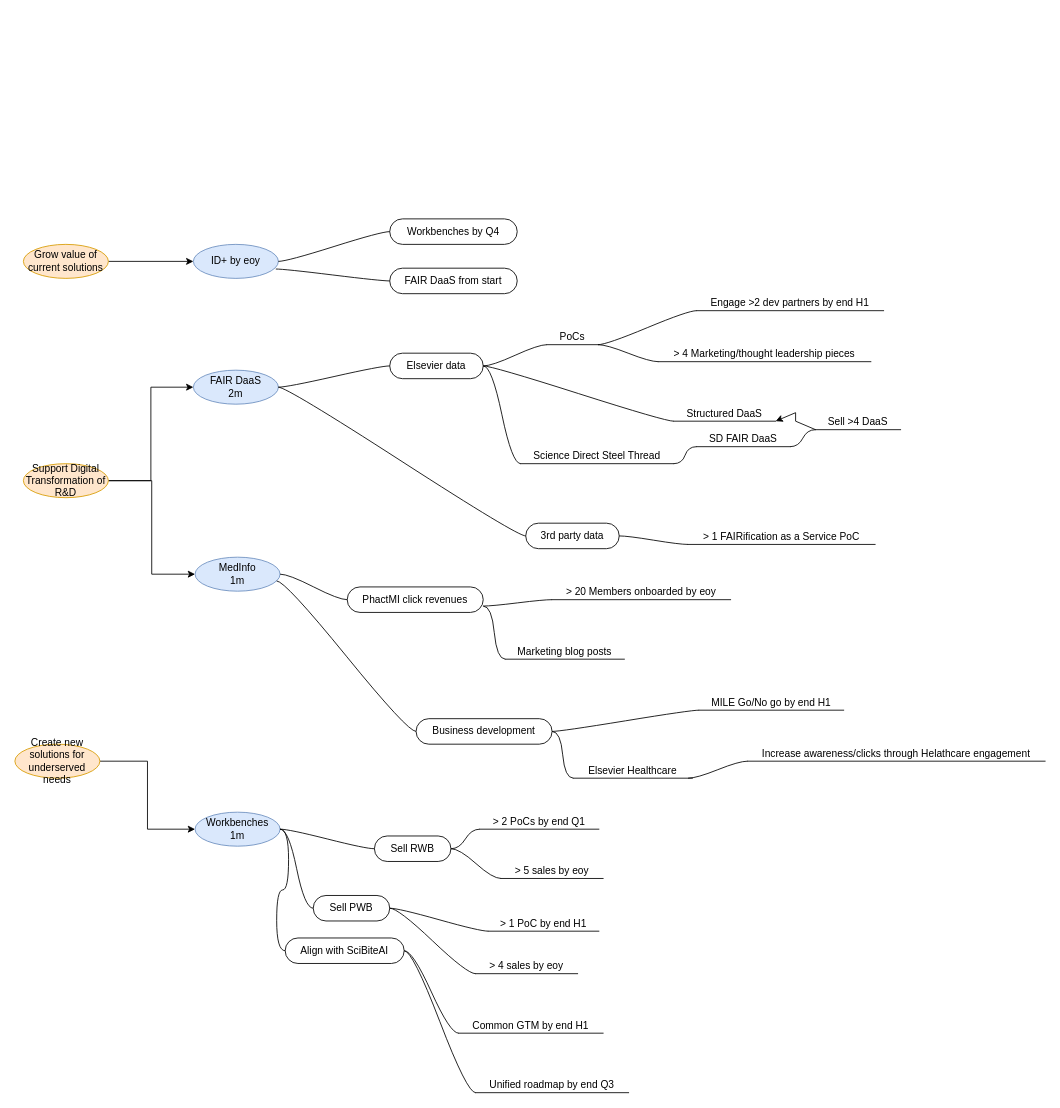
tim-elsevier/demos keeps this draw.io diagram as OKR.drawio. Above is the earlier version. Source tidied: cells renumbered, new cells numbered last; positions are measured from the earlier drawing's top-left corner, leaving out a move shared by most shapes. Both pictures are drawn from the tidied source at 85%, with x=0, y=0 at pixel (14, 218).
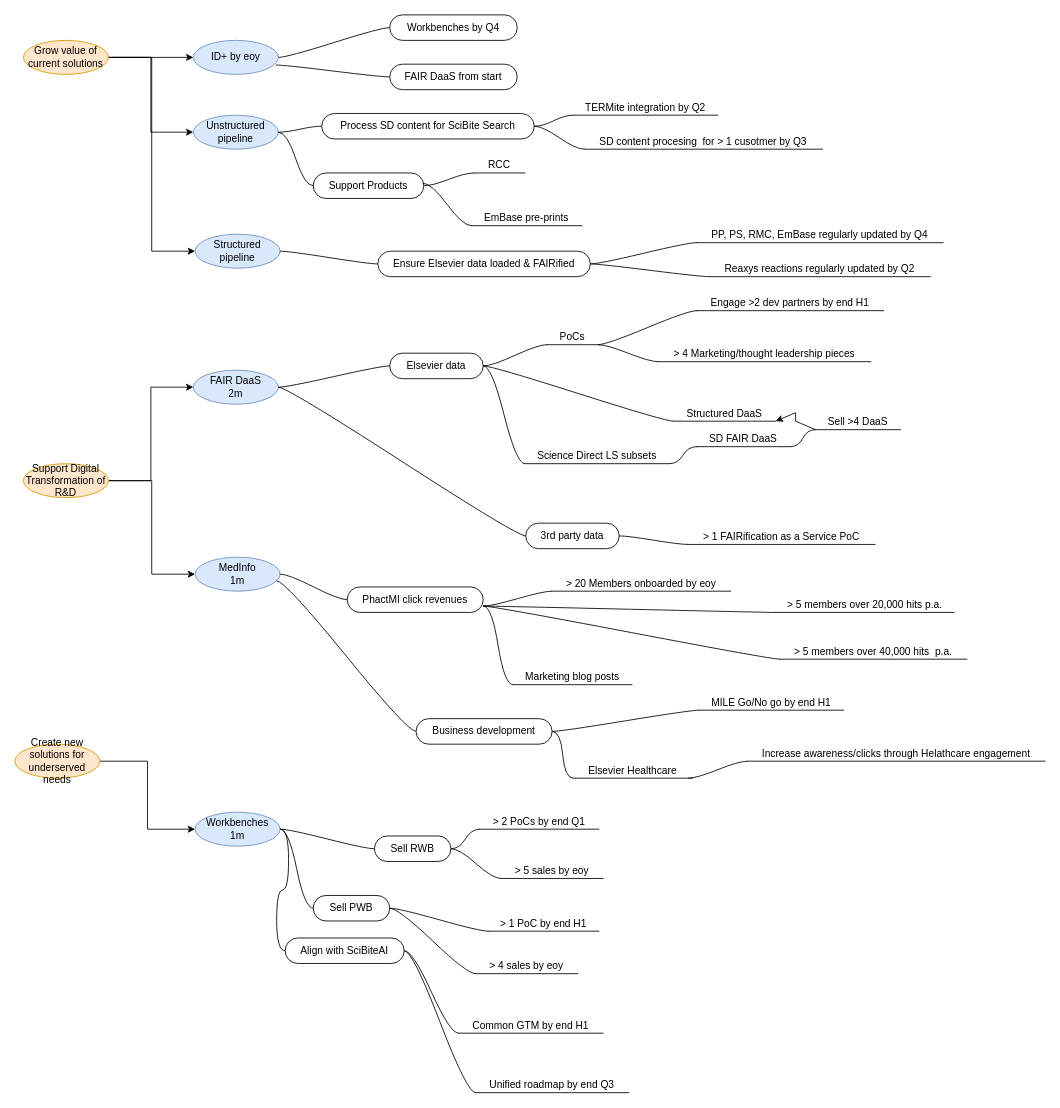
The same page after the edit.

The change refers to these unchanged cells:
```xml
<mxCell id="23" value="PhactMI click revenues" style="whiteSpace=wrap;html=1;rounded=1;arcSize=50;align=center;verticalAlign=middle;strokeWidth=1;spacing=4;newEdgeStyle={&quot;edgeStyle&quot;:&quot;entityRelationEdgeStyle&quot;,&quot;startArrow&quot;:&quot;none&quot;,&quot;endArrow&quot;:&quot;none&quot;,&quot;segment&quot;:10,&quot;curved&quot;:1};" parent="1" vertex="1">
  <mxGeometry x="391" y="433" width="160" height="30" as="geometry" />
</mxCell>
```

Change to the diagram source:
```diff
@@
     <mxCell id="2" value="ID+ by eoy" style="ellipse;whiteSpace=wrap;html=1;align=center;newEdgeStyle={&quot;edgeStyle&quot;:&quot;entityRelationEdgeStyle&quot;,&quot;startArrow&quot;:&quot;none&quot;,&quot;endArrow&quot;:&quot;none&quot;,&quot;segment&quot;:10,&quot;curved&quot;:1};fillColor=#dae8fc;strokeColor=#6c8ebf;" parent="1" vertex="1">
-      <mxGeometry x="210" y="30" width="100" height="40" as="geometry" />
+      <mxGeometry x="210" y="-210" width="100" height="40" as="geometry" />
     </mxCell>
@@
     <mxCell id="7" value="Workbenches by Q4" style="whiteSpace=wrap;html=1;rounded=1;arcSize=50;align=center;verticalAlign=middle;strokeWidth=1;spacing=4;newEdgeStyle={&quot;edgeStyle&quot;:&quot;entityRelationEdgeStyle&quot;,&quot;startArrow&quot;:&quot;none&quot;,&quot;endArrow&quot;:&quot;none&quot;,&quot;segment&quot;:10,&quot;curved&quot;:1};" parent="1" vertex="1">
-      <mxGeometry x="441" width="150" height="30" as="geometry" />
+      <mxGeometry x="441" y="-240" width="150" height="30" as="geometry" />
     </mxCell>
     <mxCell id="8" style="edgeStyle=entityRelationEdgeStyle;startArrow=none;endArrow=none;segment=10;curved=1;" parent="1" edge="1" target="7">
       <mxGeometry relative="1" as="geometry">
-        <mxPoint x="310" y="50" as="sourcePoint" />
+        <mxPoint x="310" y="-190" as="sourcePoint" />
       </mxGeometry>
     </mxCell>
     <mxCell id="9" value="FAIR DaaS from start" style="whiteSpace=wrap;html=1;rounded=1;arcSize=50;align=center;verticalAlign=middle;strokeWidth=1;spacing=4;newEdgeStyle={&quot;edgeStyle&quot;:&quot;entityRelationEdgeStyle&quot;,&quot;startArrow&quot;:&quot;none&quot;,&quot;endArrow&quot;:&quot;none&quot;,&quot;segment&quot;:10,&quot;curved&quot;:1};" parent="1" vertex="1">
-      <mxGeometry x="441" y="58" width="150" height="30" as="geometry" />
+      <mxGeometry x="441" y="-182" width="150" height="30" as="geometry" />
     </mxCell>
@@
-    <mxCell id="17" value="Science Direct Steel Thread" style="whiteSpace=wrap;html=1;shape=partialRectangle;top=0;left=0;bottom=1;right=0;points=[[0,1],[1,1]];fillColor=none;align=center;verticalAlign=bottom;routingCenterY=0.5;snapToPoint=1;newEdgeStyle={&quot;edgeStyle&quot;:&quot;entityRelationEdgeStyle&quot;,&quot;startArrow&quot;:&quot;none&quot;,&quot;endArrow&quot;:&quot;none&quot;,&quot;segment&quot;:10,&quot;curved&quot;:1};" parent="1" vertex="1">
-      <mxGeometry x="595" y="268" width="180" height="20" as="geometry" />
+    <mxCell id="17" value="Science Direct LS subsets" style="whiteSpace=wrap;html=1;shape=partialRectangle;top=0;left=0;bottom=1;right=0;points=[[0,1],[1,1]];fillColor=none;align=center;verticalAlign=bottom;routingCenterY=0.5;snapToPoint=1;newEdgeStyle={&quot;edgeStyle&quot;:&quot;entityRelationEdgeStyle&quot;,&quot;startArrow&quot;:&quot;none&quot;,&quot;endArrow&quot;:&quot;none&quot;,&quot;segment&quot;:10,&quot;curved&quot;:1};" parent="1" vertex="1">
+      <mxGeometry x="600" y="268" width="170" height="20" as="geometry" />
     </mxCell>
@@
     <mxCell id="27" value="&amp;gt; 20 Members onboarded by eoy" style="whiteSpace=wrap;html=1;shape=partialRectangle;top=0;left=0;bottom=1;right=0;points=[[0,1],[1,1]];fillColor=none;align=center;verticalAlign=bottom;routingCenterY=0.5;snapToPoint=1;newEdgeStyle={&quot;edgeStyle&quot;:&quot;entityRelationEdgeStyle&quot;,&quot;startArrow&quot;:&quot;none&quot;,&quot;endArrow&quot;:&quot;none&quot;,&quot;segment&quot;:10,&quot;curved&quot;:1};" parent="1" vertex="1">
-      <mxGeometry x="632" y="428" width="210" height="20" as="geometry" />
+      <mxGeometry x="632" y="418" width="210" height="20" as="geometry" />
     </mxCell>
@@
     <mxCell id="29" value="Marketing blog posts" style="whiteSpace=wrap;html=1;shape=partialRectangle;top=0;left=0;bottom=1;right=0;points=[[0,1],[1,1]];fillColor=none;align=center;verticalAlign=bottom;routingCenterY=0.5;snapToPoint=1;newEdgeStyle={&quot;edgeStyle&quot;:&quot;entityRelationEdgeStyle&quot;,&quot;startArrow&quot;:&quot;none&quot;,&quot;endArrow&quot;:&quot;none&quot;,&quot;segment&quot;:10,&quot;curved&quot;:1};" parent="1" vertex="1">
-      <mxGeometry x="577" y="498" width="140" height="20" as="geometry" />
+      <mxGeometry x="586" y="528" width="140" height="20" as="geometry" />
     </mxCell>
@@
+    <mxCell id="71" style="edgeStyle=orthogonalEdgeStyle;rounded=0;jettySize=auto;html=1;entryX=0;entryY=0.5;entryDx=0;entryDy=0;" parent="1" edge="1" source="70" target="77">
+      <mxGeometry relative="1" as="geometry" />
+    </mxCell>
+    <mxCell id="72" style="edgeStyle=orthogonalEdgeStyle;rounded=0;jettySize=auto;html=1;entryX=0;entryY=0.5;entryDx=0;entryDy=0;" parent="1" edge="1" source="70" target="90">
+      <mxGeometry relative="1" as="geometry" />
+    </mxCell>
     <mxCell id="70" value="Grow value of current solutions" style="ellipse;whiteSpace=wrap;html=1;align=center;newEdgeStyle={&quot;edgeStyle&quot;:&quot;entityRelationEdgeStyle&quot;,&quot;startArrow&quot;:&quot;none&quot;,&quot;endArrow&quot;:&quot;none&quot;,&quot;segment&quot;:10,&quot;curved&quot;:1};fillColor=#ffe6cc;strokeColor=#d79b00;" parent="1" vertex="1">
-      <mxGeometry x="10" y="30" width="100" height="40" as="geometry" />
+      <mxGeometry x="10" y="-210" width="100" height="40" as="geometry" />
     </mxCell>
+    <mxCell id="73" value="&amp;gt; 5 members over 20,000 hits p.a." style="whiteSpace=wrap;html=1;shape=partialRectangle;top=0;left=0;bottom=1;right=0;points=[[0,1],[1,1]];fillColor=none;align=center;verticalAlign=bottom;routingCenterY=0.5;snapToPoint=1;newEdgeStyle={&quot;edgeStyle&quot;:&quot;entityRelationEdgeStyle&quot;,&quot;startArrow&quot;:&quot;none&quot;,&quot;endArrow&quot;:&quot;none&quot;,&quot;segment&quot;:10,&quot;curved&quot;:1};" parent="1" vertex="1">
+      <mxGeometry x="895" y="443" width="210" height="20" as="geometry" />
+    </mxCell>
+    <mxCell id="74" style="edgeStyle=entityRelationEdgeStyle;startArrow=none;endArrow=none;segment=10;curved=1;exitX=1;exitY=0.75;exitDx=0;exitDy=0;" parent="1" edge="1" source="23" target="73">
+      <mxGeometry relative="1" as="geometry" />
+    </mxCell>
+    <mxCell id="75" value="&amp;gt; 5 members over 40,000 hits&amp;nbsp; p.a." style="whiteSpace=wrap;html=1;shape=partialRectangle;top=0;left=0;bottom=1;right=0;points=[[0,1],[1,1]];fillColor=none;align=center;verticalAlign=bottom;routingCenterY=0.5;snapToPoint=1;newEdgeStyle={&quot;edgeStyle&quot;:&quot;entityRelationEdgeStyle&quot;,&quot;startArrow&quot;:&quot;none&quot;,&quot;endArrow&quot;:&quot;none&quot;,&quot;segment&quot;:10,&quot;curved&quot;:1};" parent="1" vertex="1">
+      <mxGeometry x="900" y="498" width="220" height="20" as="geometry" />
+    </mxCell>
+    <mxCell id="76" style="edgeStyle=entityRelationEdgeStyle;startArrow=none;endArrow=none;segment=10;curved=1;exitX=1;exitY=0.75;exitDx=0;exitDy=0;" parent="1" edge="1" source="23" target="75">
+      <mxGeometry relative="1" as="geometry" />
+    </mxCell>
+    <mxCell id="77" value="Unstructured pipeline" style="ellipse;whiteSpace=wrap;html=1;align=center;newEdgeStyle={&quot;edgeStyle&quot;:&quot;entityRelationEdgeStyle&quot;,&quot;startArrow&quot;:&quot;none&quot;,&quot;endArrow&quot;:&quot;none&quot;,&quot;segment&quot;:10,&quot;curved&quot;:1};fillColor=#dae8fc;strokeColor=#6c8ebf;" parent="1" vertex="1">
+      <mxGeometry x="210" y="-122" width="100" height="40" as="geometry" />
+    </mxCell>
+    <mxCell id="78" value="Process SD content for SciBite Search" style="whiteSpace=wrap;html=1;rounded=1;arcSize=50;align=center;verticalAlign=middle;strokeWidth=1;spacing=4;newEdgeStyle={&quot;edgeStyle&quot;:&quot;entityRelationEdgeStyle&quot;,&quot;startArrow&quot;:&quot;none&quot;,&quot;endArrow&quot;:&quot;none&quot;,&quot;segment&quot;:10,&quot;curved&quot;:1};" parent="1" vertex="1">
+      <mxGeometry x="361" y="-124" width="250" height="30" as="geometry" />
+    </mxCell>
+    <mxCell id="79" style="edgeStyle=entityRelationEdgeStyle;startArrow=none;endArrow=none;segment=10;curved=1;exitX=1;exitY=0.5;exitDx=0;exitDy=0;" parent="1" edge="1" source="77" target="78">
+      <mxGeometry relative="1" as="geometry" />
+    </mxCell>
+    <mxCell id="80" value="TERMite integration by Q2" style="whiteSpace=wrap;html=1;shape=partialRectangle;top=0;left=0;bottom=1;right=0;points=[[0,1],[1,1]];fillColor=none;align=center;verticalAlign=bottom;routingCenterY=0.5;snapToPoint=1;newEdgeStyle={&quot;edgeStyle&quot;:&quot;entityRelationEdgeStyle&quot;,&quot;startArrow&quot;:&quot;none&quot;,&quot;endArrow&quot;:&quot;none&quot;,&quot;segment&quot;:10,&quot;curved&quot;:1};" parent="1" vertex="1">
+      <mxGeometry x="657" y="-142" width="170" height="20" as="geometry" />
+    </mxCell>
+    <mxCell id="81" style="edgeStyle=entityRelationEdgeStyle;startArrow=none;endArrow=none;segment=10;curved=1;exitX=1;exitY=0.5;exitDx=0;exitDy=0;" parent="1" edge="1" source="78" target="80">
+      <mxGeometry relative="1" as="geometry" />
+    </mxCell>
+    <mxCell id="82" value="SD content procesing&amp;nbsp; for &amp;gt; 1 cusotmer by Q3" style="whiteSpace=wrap;html=1;shape=partialRectangle;top=0;left=0;bottom=1;right=0;points=[[0,1],[1,1]];fillColor=none;align=center;verticalAlign=bottom;routingCenterY=0.5;snapToPoint=1;newEdgeStyle={&quot;edgeStyle&quot;:&quot;entityRelationEdgeStyle&quot;,&quot;startArrow&quot;:&quot;none&quot;,&quot;endArrow&quot;:&quot;none&quot;,&quot;segment&quot;:10,&quot;curved&quot;:1};" parent="1" vertex="1">
+      <mxGeometry x="670" y="-102" width="280" height="20" as="geometry" />
+    </mxCell>
+    <mxCell id="83" style="edgeStyle=entityRelationEdgeStyle;startArrow=none;endArrow=none;segment=10;curved=1;exitX=1;exitY=0.5;exitDx=0;exitDy=0;" parent="1" edge="1" source="78" target="82">
+      <mxGeometry relative="1" as="geometry" />
+    </mxCell>
+    <mxCell id="84" value="Support Products" style="whiteSpace=wrap;html=1;rounded=1;arcSize=50;align=center;verticalAlign=middle;strokeWidth=1;spacing=4;newEdgeStyle={&quot;edgeStyle&quot;:&quot;entityRelationEdgeStyle&quot;,&quot;startArrow&quot;:&quot;none&quot;,&quot;endArrow&quot;:&quot;none&quot;,&quot;segment&quot;:10,&quot;curved&quot;:1};" parent="1" vertex="1">
+      <mxGeometry x="351" y="-54" width="130" height="30" as="geometry" />
+    </mxCell>
+    <mxCell id="85" style="edgeStyle=entityRelationEdgeStyle;startArrow=none;endArrow=none;segment=10;curved=1;" parent="1" edge="1" target="84">
+      <mxGeometry relative="1" as="geometry">
+        <mxPoint x="310" y="-102" as="sourcePoint" />
+      </mxGeometry>
+    </mxCell>
+    <mxCell id="86" value="RCC" style="whiteSpace=wrap;html=1;shape=partialRectangle;top=0;left=0;bottom=1;right=0;points=[[0,1],[1,1]];fillColor=none;align=center;verticalAlign=bottom;routingCenterY=0.5;snapToPoint=1;newEdgeStyle={&quot;edgeStyle&quot;:&quot;entityRelationEdgeStyle&quot;,&quot;startArrow&quot;:&quot;none&quot;,&quot;endArrow&quot;:&quot;none&quot;,&quot;segment&quot;:10,&quot;curved&quot;:1};" parent="1" vertex="1">
+      <mxGeometry x="540" y="-74" width="60" height="20" as="geometry" />
+    </mxCell>
+    <mxCell id="87" style="edgeStyle=entityRelationEdgeStyle;startArrow=none;endArrow=none;segment=10;curved=1;exitX=1;exitY=0.5;exitDx=0;exitDy=0;" parent="1" edge="1" source="84" target="86">
+      <mxGeometry relative="1" as="geometry" />
+    </mxCell>
+    <mxCell id="88" value="EmBase pre-prints" style="whiteSpace=wrap;html=1;shape=partialRectangle;top=0;left=0;bottom=1;right=0;points=[[0,1],[1,1]];fillColor=none;align=center;verticalAlign=bottom;routingCenterY=0.5;snapToPoint=1;newEdgeStyle={&quot;edgeStyle&quot;:&quot;entityRelationEdgeStyle&quot;,&quot;startArrow&quot;:&quot;none&quot;,&quot;endArrow&quot;:&quot;none&quot;,&quot;segment&quot;:10,&quot;curved&quot;:1};" parent="1" vertex="1">
+      <mxGeometry x="537" y="-12" width="130" height="20" as="geometry" />
+    </mxCell>
+    <mxCell id="89" style="edgeStyle=entityRelationEdgeStyle;startArrow=none;endArrow=none;segment=10;curved=1;" parent="1" edge="1" target="88">
+      <mxGeometry relative="1" as="geometry">
+        <mxPoint x="480" y="-42" as="sourcePoint" />
+      </mxGeometry>
+    </mxCell>
+    <mxCell id="90" value="Structured pipeline" style="ellipse;whiteSpace=wrap;html=1;align=center;newEdgeStyle={&quot;edgeStyle&quot;:&quot;entityRelationEdgeStyle&quot;,&quot;startArrow&quot;:&quot;none&quot;,&quot;endArrow&quot;:&quot;none&quot;,&quot;segment&quot;:10,&quot;curved&quot;:1};fillColor=#dae8fc;strokeColor=#6c8ebf;" parent="1" vertex="1">
+      <mxGeometry x="212" y="18" width="100" height="40" as="geometry" />
+    </mxCell>
+    <mxCell id="91" value="Ensure Elsevier data loaded &amp;amp; FAIRified" style="whiteSpace=wrap;html=1;rounded=1;arcSize=50;align=center;verticalAlign=middle;strokeWidth=1;spacing=4;newEdgeStyle={&quot;edgeStyle&quot;:&quot;entityRelationEdgeStyle&quot;,&quot;startArrow&quot;:&quot;none&quot;,&quot;endArrow&quot;:&quot;none&quot;,&quot;segment&quot;:10,&quot;curved&quot;:1};" parent="1" vertex="1">
+      <mxGeometry x="427" y="38" width="250" height="30" as="geometry" />
+    </mxCell>
+    <mxCell id="92" style="edgeStyle=entityRelationEdgeStyle;startArrow=none;endArrow=none;segment=10;curved=1;" parent="1" edge="1" source="90" target="91">
+      <mxGeometry relative="1" as="geometry" />
+    </mxCell>
+    <mxCell id="93" value="PP, PS, RMC, EmBase regularly updated by Q4" style="whiteSpace=wrap;html=1;shape=partialRectangle;top=0;left=0;bottom=1;right=0;points=[[0,1],[1,1]];fillColor=none;align=center;verticalAlign=bottom;routingCenterY=0.5;snapToPoint=1;newEdgeStyle={&quot;edgeStyle&quot;:&quot;entityRelationEdgeStyle&quot;,&quot;startArrow&quot;:&quot;none&quot;,&quot;endArrow&quot;:&quot;none&quot;,&quot;segment&quot;:10,&quot;curved&quot;:1};" parent="1" vertex="1">
+      <mxGeometry x="802" y="8" width="290" height="20" as="geometry" />
+    </mxCell>
+    <mxCell id="94" style="edgeStyle=entityRelationEdgeStyle;startArrow=none;endArrow=none;segment=10;curved=1;exitX=1;exitY=0.5;exitDx=0;exitDy=0;" parent="1" edge="1" source="91" target="93">
+      <mxGeometry relative="1" as="geometry" />
+    </mxCell>
+    <mxCell id="95" value="Reaxys reactions regularly updated by Q2" style="whiteSpace=wrap;html=1;shape=partialRectangle;top=0;left=0;bottom=1;right=0;points=[[0,1],[1,1]];fillColor=none;align=center;verticalAlign=bottom;routingCenterY=0.5;snapToPoint=1;newEdgeStyle={&quot;edgeStyle&quot;:&quot;entityRelationEdgeStyle&quot;,&quot;startArrow&quot;:&quot;none&quot;,&quot;endArrow&quot;:&quot;none&quot;,&quot;segment&quot;:10,&quot;curved&quot;:1};" parent="1" vertex="1">
+      <mxGeometry x="817" y="48" width="260" height="20" as="geometry" />
+    </mxCell>
+    <mxCell id="96" style="edgeStyle=entityRelationEdgeStyle;startArrow=none;endArrow=none;segment=10;curved=1;exitX=1;exitY=0.5;exitDx=0;exitDy=0;" parent="1" edge="1" source="91" target="95">
+      <mxGeometry relative="1" as="geometry" />
+    </mxCell>
```
